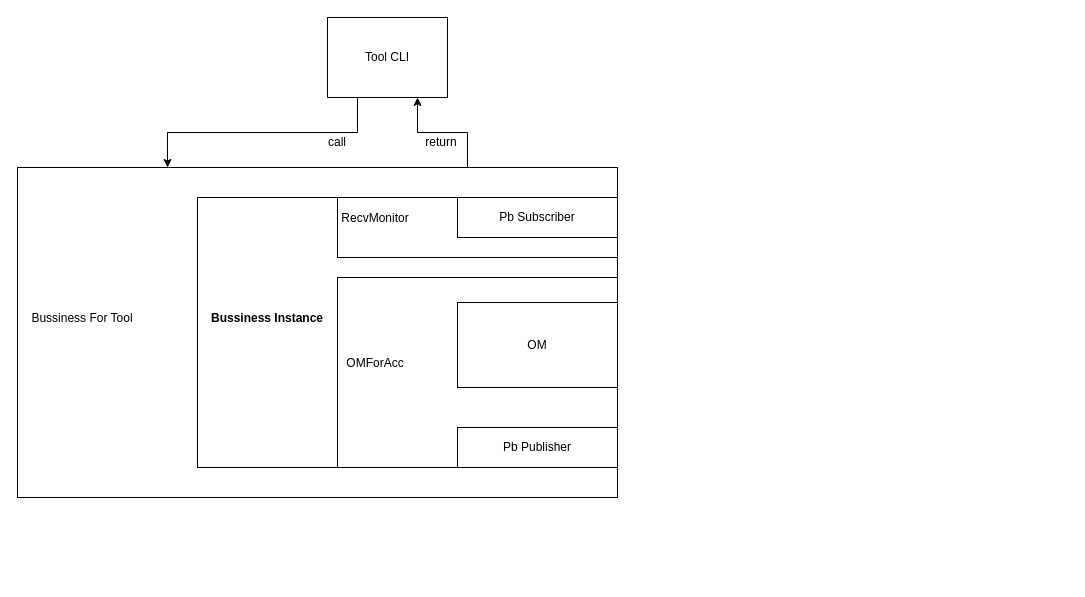
Earlier version of the draw.io diagram Untitled Diagram.drawio (rullox/homework). Source tidied: cells renumbered, new cells numbered last; positions are measured from the earlier drawing's top-left corner, leaving out a move shared by most shapes. Both pictures are drawn from the tidied source at 100%, with x=0, y=0 at pixel (17, 17).
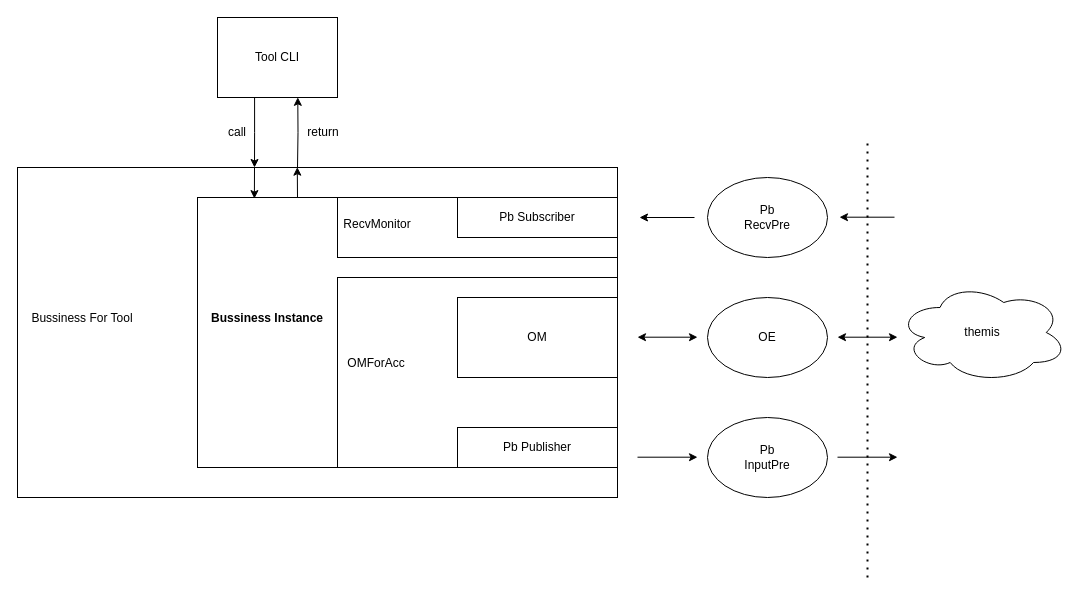
Above is the later version.

The edit, as a diff of the source:
```diff
@@
+    <mxCell id="5" style="rounded=0;whiteSpace=wrap;html=1;" parent="1" vertex="1">
+      <mxGeometry y="150" width="600" height="330" as="geometry" />
+    </mxCell>
-    <mxCell id="2" style="edgeStyle=orthogonalEdgeStyle;rounded=0;jettySize=auto;html=1;exitX=0.25;exitY=1;exitDx=0;exitDy=0;entryX=0.25;entryY=0;entryDx=0;entryDy=0;" parent="1" edge="1" source="3" target="5">
-      <mxGeometry relative="1" as="geometry" />
+    <mxCell id="2" style="edgeStyle=orthogonalEdgeStyle;rounded=0;jettySize=auto;html=1;exitX=0.309;exitY=0.998;exitDx=0;exitDy=0;exitPerimeter=0;" parent="1" edge="1" source="3">
+      <mxGeometry relative="1" as="geometry">
+        <mxPoint x="237" y="150" as="targetPoint" />
+      </mxGeometry>
     </mxCell>
     <mxCell id="3" value="Tool CLI" style="rounded=0;whiteSpace=wrap;html=1;" parent="1" vertex="1">
-      <mxGeometry x="310" width="120" height="80" as="geometry" />
+      <mxGeometry x="200" width="120" height="80" as="geometry" />
     </mxCell>
-    <mxCell id="4" style="edgeStyle=orthogonalEdgeStyle;rounded=0;jettySize=auto;html=1;exitX=0.75;exitY=0;exitDx=0;exitDy=0;entryX=0.75;entryY=1;entryDx=0;entryDy=0;" parent="1" edge="1" source="5" target="3">
-      <mxGeometry relative="1" as="geometry" />
+    <mxCell id="4" style="edgeStyle=orthogonalEdgeStyle;rounded=0;jettySize=auto;html=1;entryX=0.669;entryY=0.998;entryDx=0;entryDy=0;entryPerimeter=0;" parent="1" edge="1" target="3">
+      <mxGeometry relative="1" as="geometry">
+        <mxPoint x="280" y="150" as="sourcePoint" />
+      </mxGeometry>
     </mxCell>
-    <mxCell id="5" style="rounded=0;whiteSpace=wrap;html=1;" parent="1" vertex="1">
-      <mxGeometry y="150" width="600" height="330" as="geometry" />
-    </mxCell>
     <mxCell id="6" value="call" style="text;html=1;strokeColor=none;fillColor=none;align=center;verticalAlign=middle;whiteSpace=wrap;rounded=0;" parent="1" vertex="1">
-      <mxGeometry x="290" y="110" width="60" height="30" as="geometry" />
+      <mxGeometry x="190" y="100" width="60" height="30" as="geometry" />
     </mxCell>
     <mxCell id="7" value="return" style="text;html=1;strokeColor=none;fillColor=none;align=center;verticalAlign=middle;whiteSpace=wrap;rounded=0;" parent="1" vertex="1">
-      <mxGeometry x="394" y="110" width="60" height="30" as="geometry" />
+      <mxGeometry x="276" y="100" width="60" height="30" as="geometry" />
     </mxCell>
@@
     <mxCell id="12" value="&lt;font style=&quot;font-size: 12px;&quot;&gt;OMForAcc&lt;/font&gt;" style="text;html=1;strokeColor=none;fillColor=none;align=center;verticalAlign=middle;whiteSpace=wrap;rounded=0;fontSize=14;" parent="1" vertex="1">
-      <mxGeometry x="320" y="330" width="76" height="30" as="geometry" />
+      <mxGeometry x="321" y="330" width="76" height="30" as="geometry" />
     </mxCell>
     <mxCell id="13" style="rounded=0;whiteSpace=wrap;html=1;fontSize=12;" parent="1" vertex="1">
-      <mxGeometry x="440" y="285" width="160" height="85" as="geometry" />
+      <mxGeometry x="440" y="280" width="160" height="80" as="geometry" />
     </mxCell>
     <mxCell id="14" value="OM" style="text;html=1;strokeColor=none;fillColor=none;align=center;verticalAlign=middle;whiteSpace=wrap;rounded=0;fontSize=12;" parent="1" vertex="1">
-      <mxGeometry x="490" y="312.5" width="60" height="30" as="geometry" />
+      <mxGeometry x="490" y="305" width="60" height="30" as="geometry" />
     </mxCell>
@@
     <mxCell id="16" value="&lt;font style=&quot;font-size: 12px;&quot;&gt;RecvMonitor&lt;br&gt;&lt;/font&gt;" style="text;html=1;strokeColor=none;fillColor=none;align=center;verticalAlign=middle;whiteSpace=wrap;rounded=0;fontSize=14;" parent="1" vertex="1">
-      <mxGeometry x="320" y="185" width="76" height="30" as="geometry" />
+      <mxGeometry x="322" y="191" width="76" height="30" as="geometry" />
     </mxCell>
@@
+    <mxCell id="19" style="edgeStyle=orthogonalEdgeStyle;rounded=0;orthogonalLoop=1;jettySize=auto;html=1;entryX=0.133;entryY=0.004;entryDx=0;entryDy=0;entryPerimeter=0;" parent="1" edge="1">
+      <mxGeometry relative="1" as="geometry">
+        <mxPoint x="237" y="150" as="sourcePoint" />
+        <mxPoint x="236.9" y="181.1" as="targetPoint" />
+      </mxGeometry>
+    </mxCell>
+    <mxCell id="20" style="edgeStyle=orthogonalEdgeStyle;rounded=0;orthogonalLoop=1;jettySize=auto;html=1;entryX=0.468;entryY=-0.001;entryDx=0;entryDy=0;entryPerimeter=0;" parent="1" edge="1">
+      <mxGeometry relative="1" as="geometry">
+        <mxPoint x="280" y="180" as="sourcePoint" />
+        <mxPoint x="279.8" y="149.7" as="targetPoint" />
+      </mxGeometry>
+    </mxCell>
+    <mxCell id="21" value="Pb&lt;br&gt;RecvPre" style="ellipse;whiteSpace=wrap;html=1;fontSize=12;" parent="1" vertex="1">
+      <mxGeometry x="690" y="160" width="120" height="80" as="geometry" />
+    </mxCell>
+    <mxCell id="22" value="Pb&lt;br&gt;InputPre" style="ellipse;whiteSpace=wrap;html=1;fontSize=12;" parent="1" vertex="1">
+      <mxGeometry x="690" y="400" width="120" height="80" as="geometry" />
+    </mxCell>
+    <mxCell id="23" value="OE" style="ellipse;whiteSpace=wrap;html=1;fontSize=12;" parent="1" vertex="1">
+      <mxGeometry x="690" y="280" width="120" height="80" as="geometry" />
+    </mxCell>
+    <mxCell id="24" value="themis" style="ellipse;shape=cloud;whiteSpace=wrap;html=1;fontSize=12;" parent="1" vertex="1">
+      <mxGeometry x="880" y="265" width="170" height="100" as="geometry" />
+    </mxCell>
+    <mxCell id="25" style="endArrow=none;dashed=1;html=1;dashPattern=1 3;strokeWidth=2;rounded=0;fontSize=12;" parent="1" edge="1">
+      <mxGeometry relative="1" as="geometry">
+        <mxPoint x="850" y="560" as="sourcePoint" />
+        <mxPoint x="850" y="120" as="targetPoint" />
+      </mxGeometry>
+    </mxCell>
+    <mxCell id="26" style="endArrow=classic;startArrow=classic;html=1;rounded=0;fontSize=12;" parent="1" edge="1">
+      <mxGeometry relative="1" as="geometry">
+        <mxPoint x="820" y="319.7" as="sourcePoint" />
+        <mxPoint x="880" y="319.7" as="targetPoint" />
+      </mxGeometry>
+    </mxCell>
+    <mxCell id="27" style="endArrow=classic;startArrow=classic;html=1;rounded=0;fontSize=12;" parent="1" edge="1">
+      <mxGeometry relative="1" as="geometry">
+        <mxPoint x="620" y="319.7" as="sourcePoint" />
+        <mxPoint x="680" y="319.7" as="targetPoint" />
+      </mxGeometry>
+    </mxCell>
+    <mxCell id="28" style="endArrow=classic;html=1;rounded=0;fontSize=12;" parent="1" edge="1">
+      <mxGeometry relative="1" as="geometry">
+        <mxPoint x="620" y="439.7" as="sourcePoint" />
+        <mxPoint x="680" y="439.7" as="targetPoint" />
+      </mxGeometry>
+    </mxCell>
+    <mxCell id="29" style="endArrow=classic;html=1;rounded=0;fontSize=12;" parent="1" edge="1">
+      <mxGeometry relative="1" as="geometry">
+        <mxPoint x="820" y="439.7" as="sourcePoint" />
+        <mxPoint x="880" y="439.7" as="targetPoint" />
+      </mxGeometry>
+    </mxCell>
+    <mxCell id="30" style="endArrow=classic;html=1;rounded=0;fontSize=12;" parent="1" edge="1">
+      <mxGeometry relative="1" as="geometry">
+        <mxPoint x="677" y="200" as="sourcePoint" />
+        <mxPoint x="622" y="200" as="targetPoint" />
+      </mxGeometry>
+    </mxCell>
+    <mxCell id="31" style="endArrow=classic;html=1;rounded=0;fontSize=12;" parent="1" edge="1">
+      <mxGeometry relative="1" as="geometry">
+        <mxPoint x="877" y="199.7" as="sourcePoint" />
+        <mxPoint x="822" y="199.7" as="targetPoint" />
+      </mxGeometry>
+    </mxCell>
```
